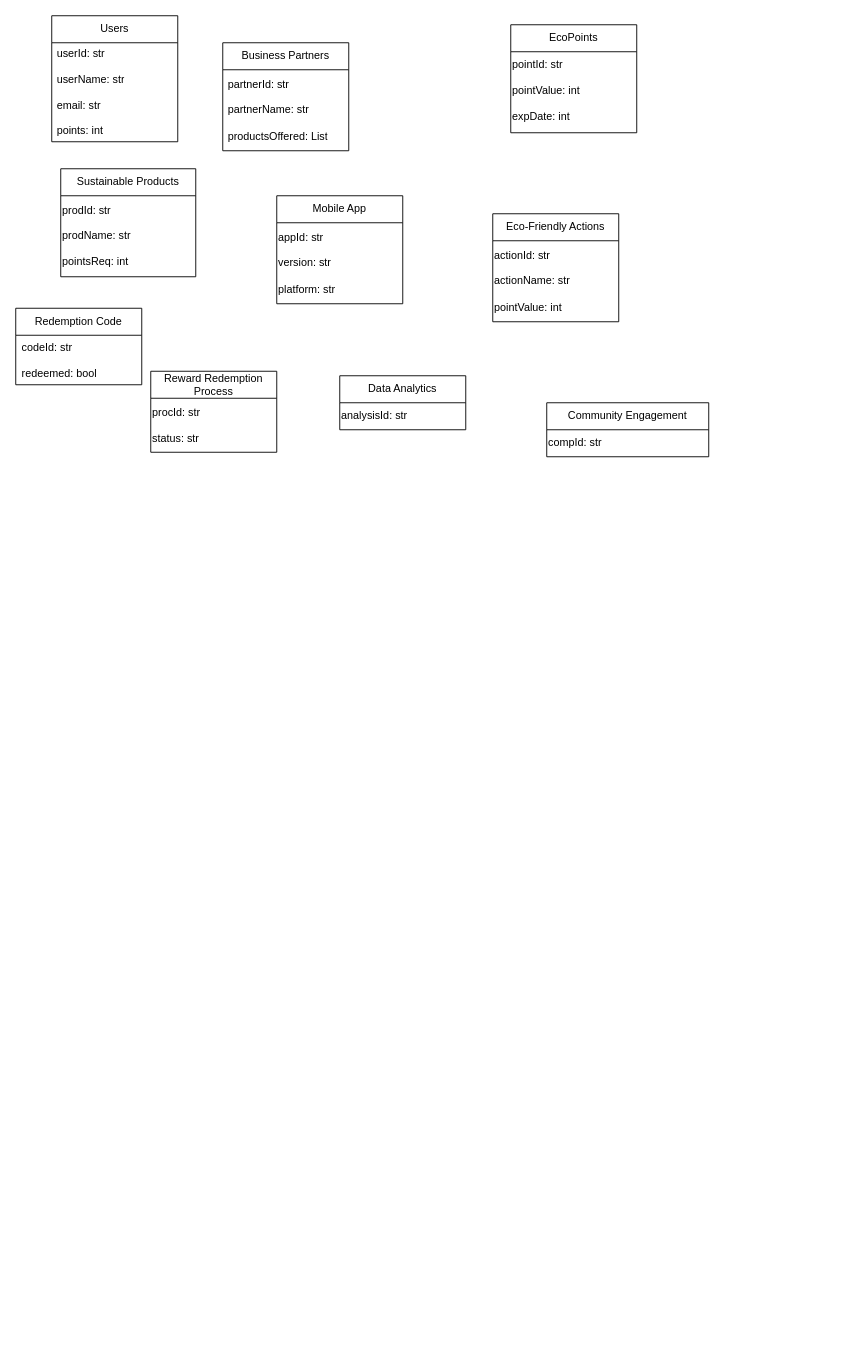
Before: Untitled Diagram.drawio in biabcp/Python-Stock-Market-Trading-Bot, a draw.io diagram. Source tidied: cells renumbered, new cells numbered last; positions are measured from the earlier drawing's top-left corner, leaving out a move shared by most shapes. Both pictures are drawn from the tidied source at 90%, with x=0, y=0 at pixel (15, 15).
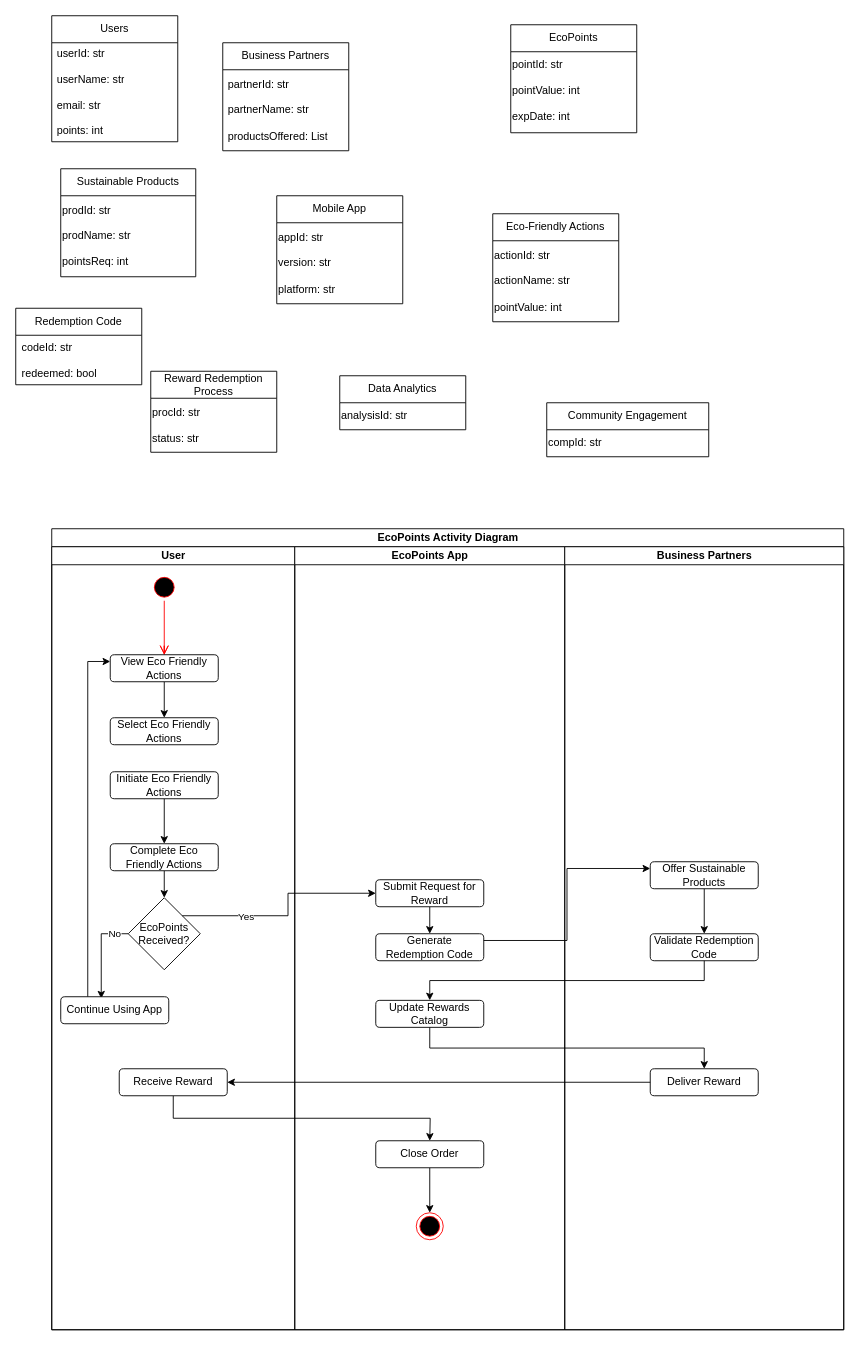
The same diagram, later.

Commit message:
EcoPoints Domain Class Diagram.drawio

The edit, as a diff of the source:
```diff
@@
+    <mxCell id="22" value="EcoPoints Activity Diagram" style="swimlane;startSize=20;html=1;" parent="1" vertex="1">
+      <mxGeometry x="40" y="570" width="880" height="890" as="geometry" />
+    </mxCell>
+    <mxCell id="23" value="User" style="swimlane;startSize=20;html=1;" parent="22" vertex="1">
+      <mxGeometry y="20" width="270" height="870" as="geometry" />
+    </mxCell>
+    <mxCell id="24" style="ellipse;html=1;shape=startState;fillColor=#000000;strokeColor=#ff0000;" parent="23" vertex="1">
+      <mxGeometry x="110" y="30" width="30" height="30" as="geometry" />
+    </mxCell>
+    <mxCell id="25" style="edgeStyle=orthogonalEdgeStyle;html=1;verticalAlign=bottom;endArrow=open;endSize=8;strokeColor=#ff0000;rounded=0;" parent="23" edge="1" source="27">
+      <mxGeometry relative="1" as="geometry">
+        <mxPoint x="125" y="120" as="targetPoint" />
+      </mxGeometry>
+    </mxCell>
+    <mxCell id="26" style="edgeStyle=orthogonalEdgeStyle;rounded=0;jettySize=auto;html=1;exitX=0.5;exitY=1;exitDx=0;exitDy=0;entryX=0.5;entryY=0;entryDx=0;entryDy=0;" parent="23" edge="1" source="27" target="29">
+      <mxGeometry relative="1" as="geometry" />
+    </mxCell>
+    <mxCell id="27" value="View Eco Friendly Actions" style="rounded=1;whiteSpace=wrap;html=1;" parent="23" vertex="1">
+      <mxGeometry x="65" y="120" width="120" height="30" as="geometry" />
+    </mxCell>
+    <mxCell id="28" style="edgeStyle=orthogonalEdgeStyle;html=1;verticalAlign=bottom;endArrow=open;endSize=8;strokeColor=#ff0000;rounded=0;" parent="23" edge="1" source="24" target="27">
+      <mxGeometry relative="1" as="geometry" />
+    </mxCell>
+    <mxCell id="29" value="Select Eco Friendly Actions" style="rounded=1;whiteSpace=wrap;html=1;" parent="23" vertex="1">
+      <mxGeometry x="65" y="190" width="120" height="30" as="geometry" />
+    </mxCell>
+    <mxCell id="30" style="edgeStyle=orthogonalEdgeStyle;rounded=0;jettySize=auto;html=1;exitX=0.5;exitY=1;exitDx=0;exitDy=0;entryX=0.5;entryY=0;entryDx=0;entryDy=0;" parent="23" edge="1" source="31" target="36">
+      <mxGeometry relative="1" as="geometry" />
+    </mxCell>
+    <mxCell id="31" value="Complete Eco Friendly Actions" style="rounded=1;whiteSpace=wrap;html=1;" parent="23" vertex="1">
+      <mxGeometry x="65" y="330" width="120" height="30" as="geometry" />
+    </mxCell>
+    <mxCell id="32" style="edgeStyle=orthogonalEdgeStyle;rounded=0;jettySize=auto;html=1;exitX=0.5;exitY=1;exitDx=0;exitDy=0;entryX=0.5;entryY=0;entryDx=0;entryDy=0;" parent="23" edge="1" source="33" target="31">
+      <mxGeometry relative="1" as="geometry" />
+    </mxCell>
+    <mxCell id="33" value="Initiate Eco Friendly Actions" style="rounded=1;whiteSpace=wrap;html=1;" parent="23" vertex="1">
+      <mxGeometry x="65" y="250" width="120" height="30" as="geometry" />
+    </mxCell>
+    <mxCell id="34" style="edgeStyle=orthogonalEdgeStyle;rounded=0;jettySize=auto;html=1;exitX=0;exitY=0.5;exitDx=0;exitDy=0;entryX=0.375;entryY=0.067;entryDx=0;entryDy=0;entryPerimeter=0;" parent="23" edge="1" source="36" target="38">
+      <mxGeometry relative="1" as="geometry" />
+    </mxCell>
+    <mxCell id="35" value="No" style="edgeLabel;html=1;align=center;verticalAlign=middle;" parent="34" vertex="1">
+      <mxGeometry x="-0.69" y="-1" relative="1" as="geometry" />
+    </mxCell>
+    <mxCell id="36" value="EcoPoints Received?" style="rhombus;whiteSpace=wrap;html=1;" parent="23" vertex="1">
+      <mxGeometry x="85" y="390" width="80" height="80" as="geometry" />
+    </mxCell>
+    <mxCell id="37" style="edgeStyle=orthogonalEdgeStyle;rounded=0;jettySize=auto;html=1;exitX=0.25;exitY=0;exitDx=0;exitDy=0;entryX=0;entryY=0.25;entryDx=0;entryDy=0;" parent="23" edge="1" source="38" target="27">
+      <mxGeometry relative="1" as="geometry" />
+    </mxCell>
+    <mxCell id="38" value="Continue Using App" style="rounded=1;whiteSpace=wrap;html=1;" parent="23" vertex="1">
+      <mxGeometry x="10" y="500" width="120" height="30" as="geometry" />
+    </mxCell>
+    <mxCell id="39" style="edgeStyle=orthogonalEdgeStyle;rounded=0;jettySize=auto;html=1;exitX=0.5;exitY=1;exitDx=0;exitDy=0;" parent="23" edge="1" source="40">
+      <mxGeometry relative="1" as="geometry">
+        <mxPoint x="420" y="660" as="targetPoint" />
+      </mxGeometry>
+    </mxCell>
+    <mxCell id="40" value="Receive Reward" style="rounded=1;whiteSpace=wrap;html=1;" parent="23" vertex="1">
+      <mxGeometry x="75" y="580" width="120" height="30" as="geometry" />
+    </mxCell>
+    <mxCell id="41" value="EcoPoints App" style="swimlane;startSize=20;html=1;" parent="22" vertex="1">
+      <mxGeometry x="270" y="20" width="300" height="870" as="geometry" />
+    </mxCell>
+    <mxCell id="42" style="edgeStyle=orthogonalEdgeStyle;rounded=0;jettySize=auto;html=1;exitX=0.5;exitY=1;exitDx=0;exitDy=0;entryX=0.5;entryY=0;entryDx=0;entryDy=0;" parent="41" edge="1" source="43" target="44">
+      <mxGeometry relative="1" as="geometry" />
+    </mxCell>
+    <mxCell id="43" value="Submit Request for Reward" style="rounded=1;whiteSpace=wrap;html=1;" parent="41" vertex="1">
+      <mxGeometry x="90" y="370" width="120" height="30" as="geometry" />
+    </mxCell>
+    <mxCell id="44" value="Generate Redemption Code" style="rounded=1;whiteSpace=wrap;html=1;" parent="41" vertex="1">
+      <mxGeometry x="90" y="430" width="120" height="30" as="geometry" />
+    </mxCell>
+    <mxCell id="45" value="Update Rewards Catalog" style="rounded=1;whiteSpace=wrap;html=1;" parent="41" vertex="1">
+      <mxGeometry x="90" y="504" width="120" height="30" as="geometry" />
+    </mxCell>
+    <mxCell id="46" style="edgeStyle=orthogonalEdgeStyle;rounded=0;jettySize=auto;html=1;exitX=0.5;exitY=1;exitDx=0;exitDy=0;entryX=0.5;entryY=0;entryDx=0;entryDy=0;" parent="41" edge="1" source="47" target="48">
+      <mxGeometry relative="1" as="geometry" />
+    </mxCell>
+    <mxCell id="47" value="Close Order" style="rounded=1;whiteSpace=wrap;html=1;" parent="41" vertex="1">
+      <mxGeometry x="90" y="660" width="120" height="30" as="geometry" />
+    </mxCell>
+    <mxCell id="48" style="ellipse;html=1;shape=endState;fillColor=#000000;strokeColor=#ff0000;" parent="41" vertex="1">
+      <mxGeometry x="135" y="740" width="30" height="30" as="geometry" />
+    </mxCell>
+    <mxCell id="49" style="edgeStyle=orthogonalEdgeStyle;rounded=0;jettySize=auto;html=1;exitX=1;exitY=0;exitDx=0;exitDy=0;entryX=0;entryY=0.5;entryDx=0;entryDy=0;" parent="22" edge="1" source="36" target="43">
+      <mxGeometry relative="1" as="geometry" />
+    </mxCell>
+    <mxCell id="50" value="Yes" style="edgeLabel;html=1;align=center;verticalAlign=middle;" parent="49" vertex="1">
+      <mxGeometry x="-0.42" relative="1" as="geometry" />
+    </mxCell>
+    <mxCell id="51" value="Business Partners" style="swimlane;startSize=20;html=1;" parent="22" vertex="1">
+      <mxGeometry x="570" y="20" width="310" height="870" as="geometry" />
+    </mxCell>
+    <mxCell id="52" value="Deliver Reward" style="rounded=1;whiteSpace=wrap;html=1;" parent="51" vertex="1">
+      <mxGeometry x="95" y="580" width="120" height="30" as="geometry" />
+    </mxCell>
+    <mxCell id="53" value="Validate Redemption Code" style="rounded=1;whiteSpace=wrap;html=1;" parent="51" vertex="1">
+      <mxGeometry x="95" y="430" width="120" height="30" as="geometry" />
+    </mxCell>
+    <mxCell id="54" style="edgeStyle=orthogonalEdgeStyle;rounded=0;jettySize=auto;html=1;exitX=0.5;exitY=1;exitDx=0;exitDy=0;entryX=0.5;entryY=0;entryDx=0;entryDy=0;" parent="51" edge="1" source="55" target="53">
+      <mxGeometry relative="1" as="geometry" />
+    </mxCell>
+    <mxCell id="55" value="Offer Sustainable Products" style="rounded=1;whiteSpace=wrap;html=1;" parent="51" vertex="1">
+      <mxGeometry x="95" y="350" width="120" height="30" as="geometry" />
+    </mxCell>
+    <mxCell id="56" style="edgeStyle=orthogonalEdgeStyle;rounded=0;jettySize=auto;html=1;exitX=1;exitY=0.25;exitDx=0;exitDy=0;entryX=0;entryY=0.25;entryDx=0;entryDy=0;" parent="22" edge="1" source="44" target="55">
+      <mxGeometry relative="1" as="geometry" />
+    </mxCell>
+    <mxCell id="57" style="edgeStyle=orthogonalEdgeStyle;rounded=0;jettySize=auto;html=1;exitX=0.5;exitY=1;exitDx=0;exitDy=0;entryX=0.5;entryY=0;entryDx=0;entryDy=0;" parent="22" edge="1" source="53" target="45">
+      <mxGeometry relative="1" as="geometry" />
+    </mxCell>
+    <mxCell id="58" style="edgeStyle=orthogonalEdgeStyle;rounded=0;jettySize=auto;html=1;exitX=0.5;exitY=1;exitDx=0;exitDy=0;entryX=0.5;entryY=0;entryDx=0;entryDy=0;" parent="22" edge="1" source="45" target="52">
+      <mxGeometry relative="1" as="geometry" />
+    </mxCell>
+    <mxCell id="59" style="edgeStyle=orthogonalEdgeStyle;rounded=0;jettySize=auto;html=1;exitX=0;exitY=0.5;exitDx=0;exitDy=0;entryX=1;entryY=0.5;entryDx=0;entryDy=0;" parent="22" edge="1" source="52" target="40">
+      <mxGeometry relative="1" as="geometry" />
+    </mxCell>
```
